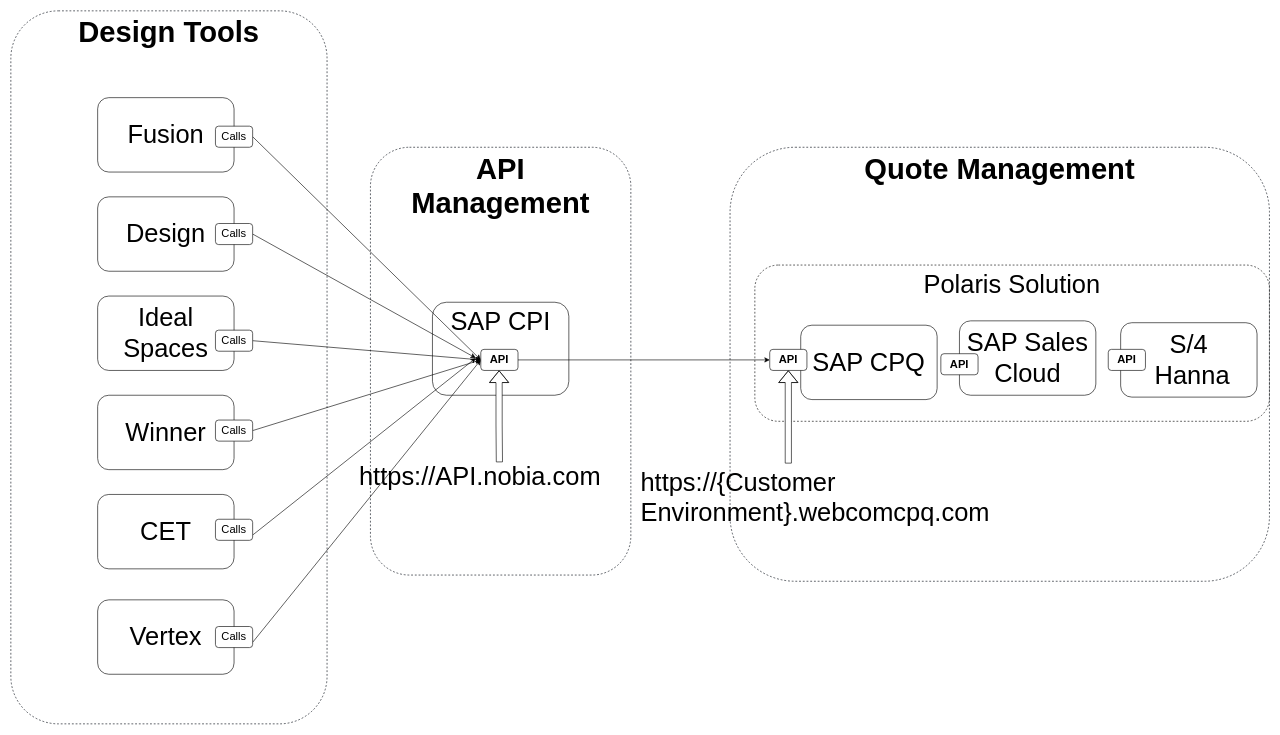
Above: page "Option 2- Nobia API" (9 of 11) of Drawing_Tool_Integration.drawio in mrf742002/Diagrams (draw.io), before the change. Source tidied: cells renumbered, new cells numbered last; positions are measured from the earlier drawing's top-left corner, leaving out a move shared by most shapes. Both pictures are drawn from the tidied source at 62%, with x=0, y=0 at pixel (11, 11).
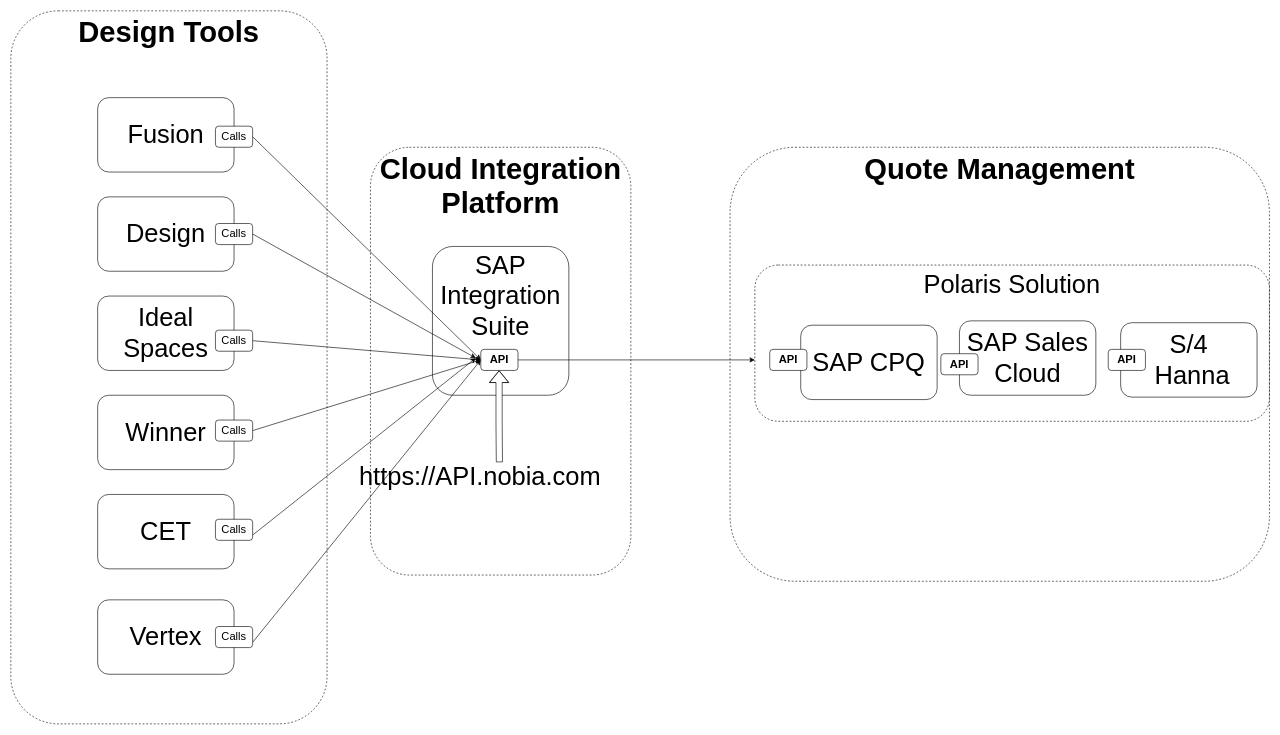
The same diagram, later.

Unchanged cells that the change refers to:
```xml
<mxCell id="16" value="&lt;b&gt;API&lt;/b&gt;" style="rounded=1;whiteSpace=wrap;html=1;fontSize=18;" parent="1" vertex="1">
  <mxGeometry x="758" y="546" width="60" height="34" as="geometry" />
</mxCell>
<mxCell id="29" value="API" style="rounded=1;whiteSpace=wrap;html=1;fontSize=18;fontStyle=1;" parent="1" vertex="1">
  <mxGeometry x="1224" y="546" width="60" height="34" as="geometry" />
</mxCell>
```

The edit, as a diff of the source:
```diff
@@
-    <mxCell id="2" value="&lt;b style=&quot;font-size: 47px&quot;&gt;API &lt;br&gt;Management&lt;/b&gt;" style="rounded=1;whiteSpace=wrap;html=1;verticalAlign=top;strokeWidth=1;strokeColor=#020912;dashed=1;fontSize=47;" parent="1" vertex="1">
+    <mxCell id="2" value="&lt;b&gt;Cloud Integration Platform&lt;/b&gt;" style="rounded=1;whiteSpace=wrap;html=1;verticalAlign=top;strokeWidth=1;strokeColor=#020912;dashed=1;fontSize=47;" parent="1" vertex="1">
       <mxGeometry x="580" y="220" width="420" height="690" as="geometry" />
     </mxCell>
-    <mxCell id="3" value="SAP CPI" style="rounded=1;whiteSpace=wrap;html=1;fontSize=41;verticalAlign=top;" parent="1" vertex="1">
-      <mxGeometry x="680" y="470" width="220" height="150" as="geometry" />
+    <mxCell id="3" value="SAP Integration Suite" style="rounded=1;whiteSpace=wrap;html=1;fontSize=41;verticalAlign=top;" parent="1" vertex="1">
+      <mxGeometry x="680" y="380" width="220" height="240" as="geometry" />
     </mxCell>
@@
-    <mxCell id="15" style="edgeStyle=none;rounded=0;jettySize=auto;html=1;exitX=1;exitY=0.5;exitDx=0;exitDy=0;entryX=0;entryY=0.5;entryDx=0;entryDy=0;fontSize=21;" parent="1" edge="1" source="16" target="29">
-      <mxGeometry relative="1" as="geometry" />
+    <mxCell id="15" style="edgeStyle=none;rounded=0;jettySize=auto;html=1;exitX=1;exitY=0.5;exitDx=0;exitDy=0;fontSize=21;" parent="1" edge="1" source="16">
+      <mxGeometry relative="1" as="geometry">
+        <mxPoint x="1200" y="563" as="targetPoint" />
+      </mxGeometry>
     </mxCell>
@@
-    <mxCell id="30" value="https://{Customer Environment}.webcomcpq.com" style="text;whiteSpace=wrap;html=1;fontSize=41;" parent="1" vertex="1">
-      <mxGeometry x="1014" y="730" width="480" height="40" as="geometry" />
-    </mxCell>
-    <mxCell id="31" style="shape=flexArrow;endArrow=classic;html=1;fontSize=21;entryX=0.5;entryY=1;entryDx=0;entryDy=0;fillColor=#ffffff;" parent="1" edge="1" source="30">
-      <mxGeometry relative="1" as="geometry">
-        <mxPoint x="1254" y="580" as="targetPoint" />
-        <Array as="points">
-          <mxPoint x="1254" y="668" />
-        </Array>
-      </mxGeometry>
-    </mxCell>
```
